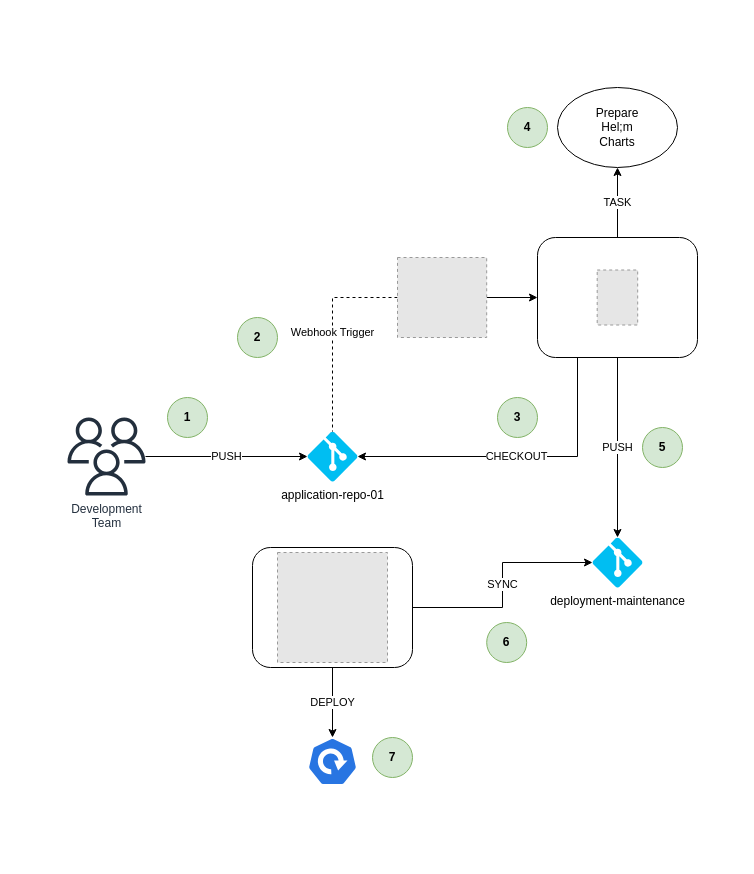
nicc777/kubernetes-cicd-lab-local keeps this draw.io diagram as page "CI and CD Steps" (2 of 3) of lab_setup.drawio. Above is the earlier version. Source tidied: cells renumbered, new cells numbered last; positions are measured from the earlier drawing's top-left corner, leaving out a move shared by most shapes. Both pictures are drawn from the tidied source at 100%, with x=0, y=0 at pixel (17, 17). Pictures stored in the file or linked from it are replaced by grey dashed boxes.
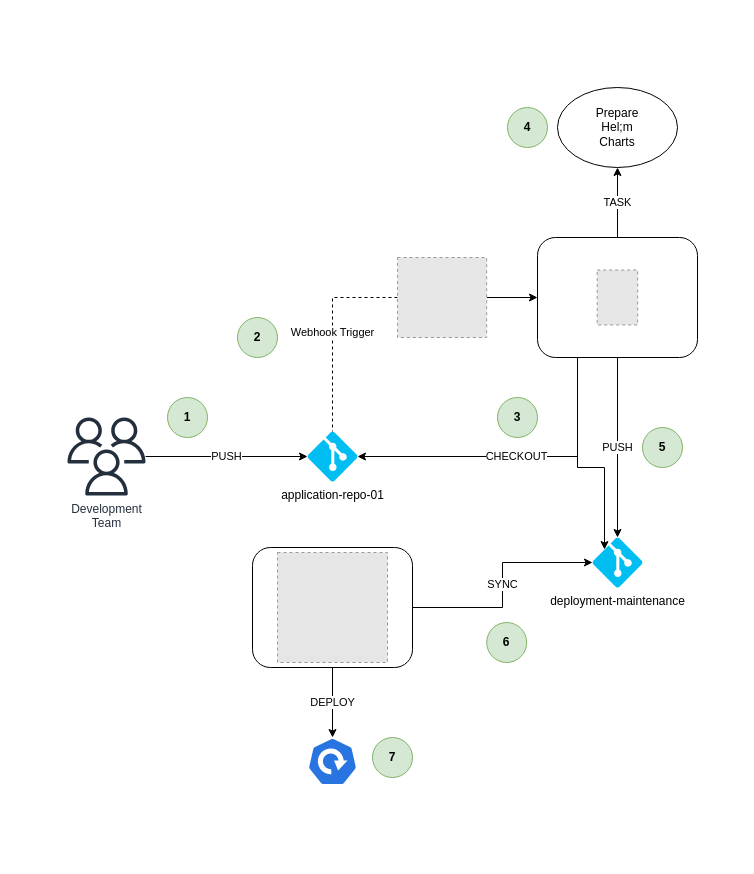
The same diagram, later.

The change refers to these unchanged cells:
```xml
<mxCell id="12" style="rounded=1;whiteSpace=wrap;html=1;" parent="1" vertex="1">
  <mxGeometry x="520" y="220" width="160" height="120" as="geometry" />
</mxCell>
<mxCell id="14" value="deployment-maintenance" style="verticalLabelPosition=bottom;html=1;verticalAlign=top;align=center;strokeColor=none;fillColor=#00BEF2;shape=mxgraph.azure.git_repository;" parent="1" vertex="1">
  <mxGeometry x="575" y="520" width="50" height="50" as="geometry" />
</mxCell>
```

What changed in the source:
```diff
@@
+    <mxCell id="28" style="edgeStyle=orthogonalEdgeStyle;rounded=0;jettySize=auto;html=1;entryX=0.24;entryY=0.24;entryDx=0;entryDy=0;entryPerimeter=0;" parent="1" edge="1" source="12" target="14">
+      <mxGeometry relative="1" as="geometry">
+        <Array as="points">
+          <mxPoint x="560" y="450" />
+          <mxPoint x="587" y="450" />
+        </Array>
+      </mxGeometry>
+    </mxCell>
```
